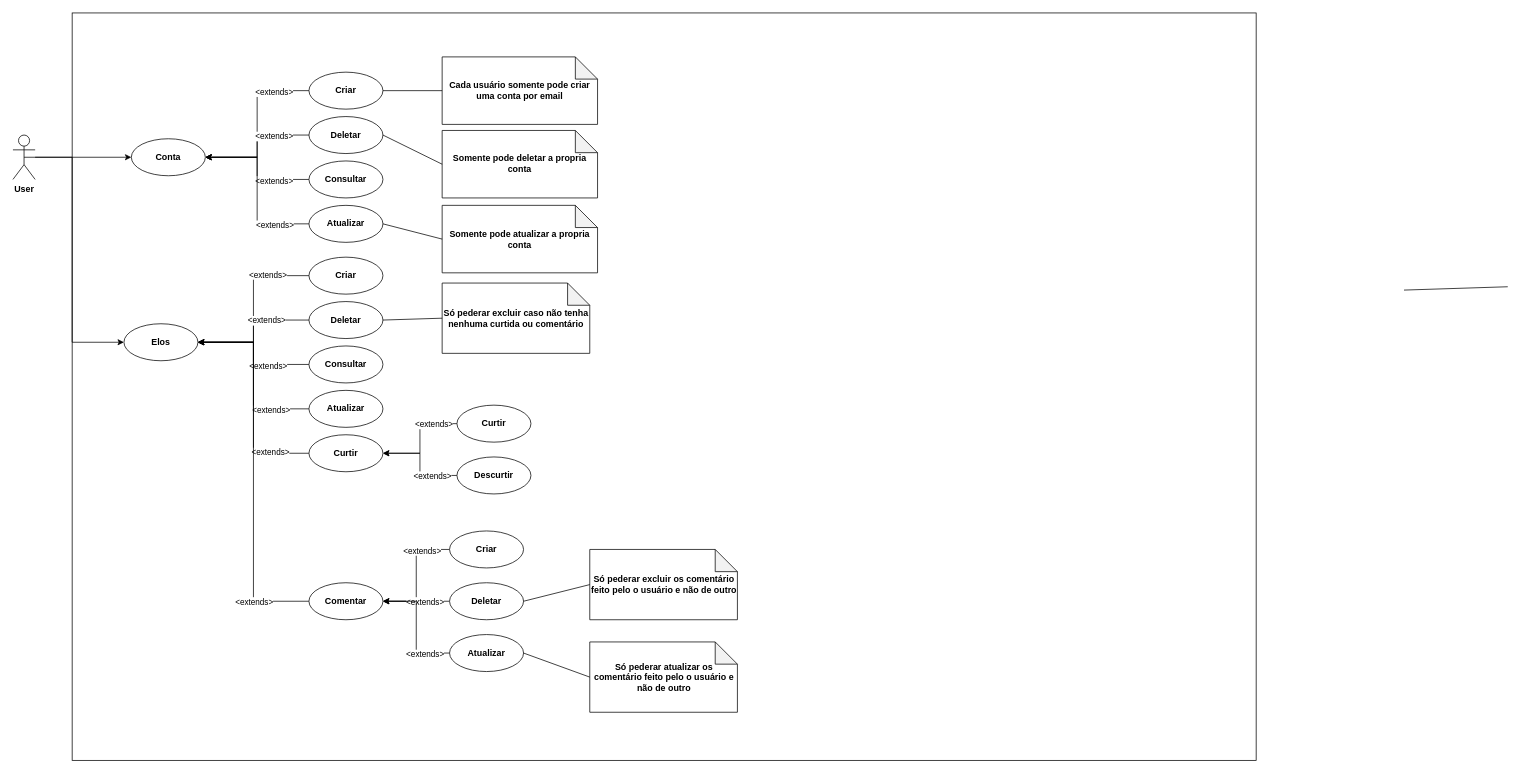
This is images/usecases.drawio from jadson179/recobook, a draw.io file, before an edit. Source tidied: cells renumbered, new cells numbered last; positions are measured from the earlier drawing's top-left corner, leaving out a move shared by most shapes. Both pictures are drawn from the tidied source at 74%, with x=0, y=0 at pixel (13, 13).
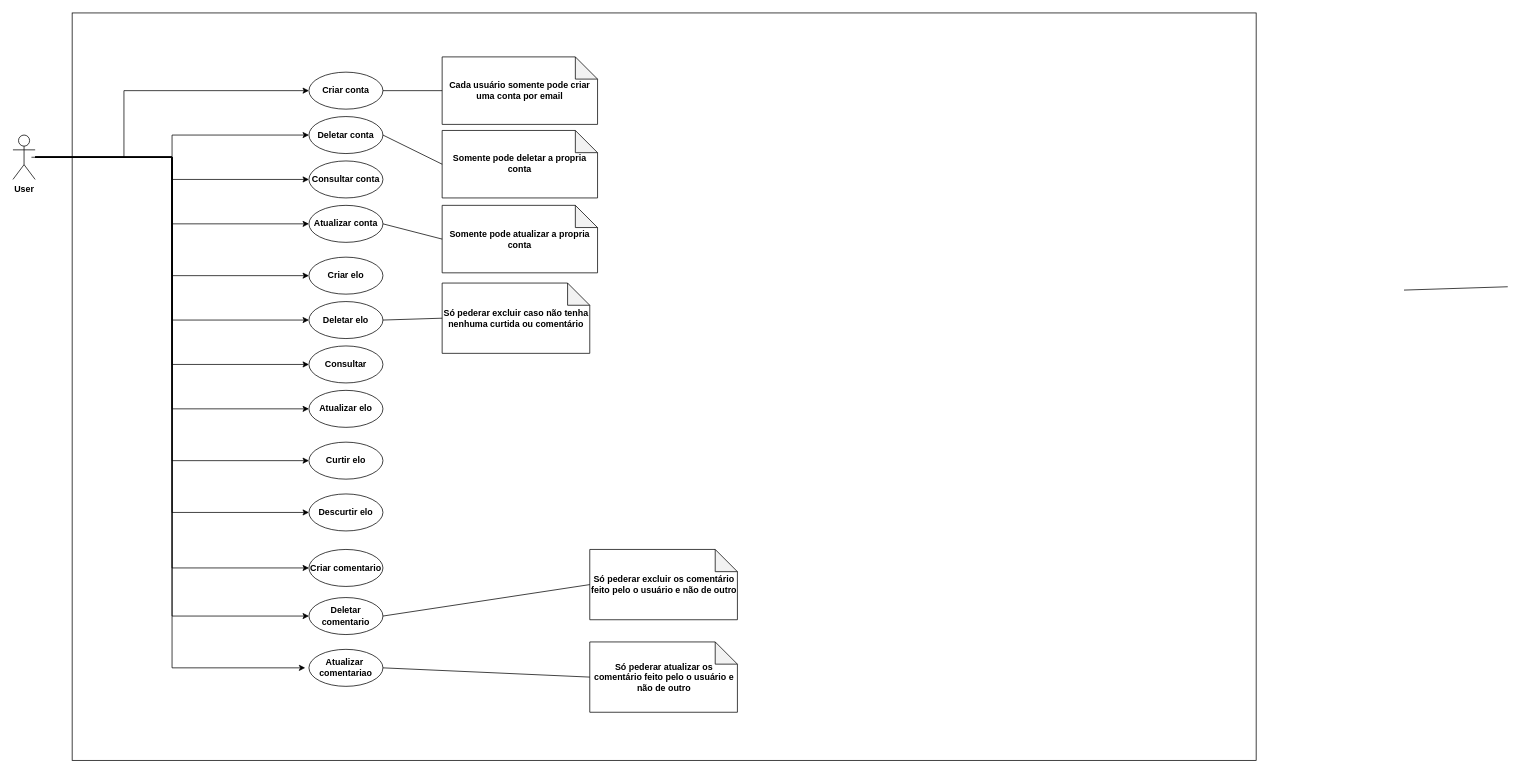
The same diagram, later.

Unchanged cells that the change refers to:
```xml
<mxCell id="5" value="&lt;b&gt;User&lt;/b&gt;" style="shape=umlActor;verticalLabelPosition=bottom;verticalAlign=top;html=1;outlineConnect=0;" parent="1" vertex="1">
  <mxGeometry y="165" width="30" height="60" as="geometry" />
</mxCell>
<mxCell id="28" value="&lt;b&gt;Consultar&lt;/b&gt;" style="ellipse;whiteSpace=wrap;html=1;" parent="1" vertex="1">
  <mxGeometry x="400" y="450" width="100" height="50" as="geometry" />
</mxCell>
```

The edit, as a diff of the source:
```diff
@@
-    <mxCell id="3" style="edgeStyle=orthogonalEdgeStyle;rounded=0;jettySize=auto;html=1;" parent="1" edge="1" source="5" target="6">
-      <mxGeometry relative="1" as="geometry" />
-    </mxCell>
-    <mxCell id="4" style="edgeStyle=orthogonalEdgeStyle;rounded=0;jettySize=auto;html=1;exitX=0.5;exitY=0.5;exitDx=0;exitDy=0;exitPerimeter=0;entryX=0;entryY=0.5;entryDx=0;entryDy=0;" parent="1" edge="1" source="5" target="7">
-      <mxGeometry relative="1" as="geometry">
-        <Array as="points">
-          <mxPoint x="80" y="195" />
-          <mxPoint x="80" y="445" />
-        </Array>
-      </mxGeometry>
-    </mxCell>
+    <mxCell id="66" style="edgeStyle=orthogonalEdgeStyle;rounded=0;jettySize=auto;html=1;entryX=0;entryY=0.5;entryDx=0;entryDy=0;" parent="1" edge="1" source="5" target="10">
+      <mxGeometry relative="1" as="geometry">
+        <Array as="points">
+          <mxPoint x="150" y="195" />
+          <mxPoint x="150" y="105" />
+        </Array>
+      </mxGeometry>
+    </mxCell>
+    <mxCell id="67" style="edgeStyle=orthogonalEdgeStyle;rounded=0;jettySize=auto;html=1;entryX=0;entryY=0.5;entryDx=0;entryDy=0;" parent="1" edge="1" source="5" target="13">
+      <mxGeometry relative="1" as="geometry" />
+    </mxCell>
+    <mxCell id="68" style="edgeStyle=orthogonalEdgeStyle;rounded=0;jettySize=auto;html=1;" parent="1" edge="1" source="5" target="16">
+      <mxGeometry relative="1" as="geometry" />
+    </mxCell>
+    <mxCell id="69" style="edgeStyle=orthogonalEdgeStyle;rounded=0;jettySize=auto;html=1;entryX=0;entryY=0.5;entryDx=0;entryDy=0;" parent="1" edge="1" source="5" target="19">
+      <mxGeometry relative="1" as="geometry" />
+    </mxCell>
+    <mxCell id="70" style="edgeStyle=orthogonalEdgeStyle;rounded=0;jettySize=auto;html=1;entryX=0;entryY=0.5;entryDx=0;entryDy=0;" parent="1" edge="1" source="5" target="22">
+      <mxGeometry relative="1" as="geometry" />
+    </mxCell>
+    <mxCell id="71" style="edgeStyle=orthogonalEdgeStyle;rounded=0;jettySize=auto;html=1;entryX=0;entryY=0.5;entryDx=0;entryDy=0;" parent="1" edge="1" source="5" target="25">
+      <mxGeometry relative="1" as="geometry" />
+    </mxCell>
+    <mxCell id="72" style="edgeStyle=orthogonalEdgeStyle;rounded=0;jettySize=auto;html=1;entryX=0;entryY=0.5;entryDx=0;entryDy=0;" parent="1" edge="1" source="5" target="28">
+      <mxGeometry relative="1" as="geometry" />
+    </mxCell>
+    <mxCell id="73" style="edgeStyle=orthogonalEdgeStyle;rounded=0;jettySize=auto;html=1;entryX=0;entryY=0.5;entryDx=0;entryDy=0;" parent="1" edge="1" source="5" target="31">
+      <mxGeometry relative="1" as="geometry" />
+    </mxCell>
+    <mxCell id="74" style="edgeStyle=orthogonalEdgeStyle;rounded=0;jettySize=auto;html=1;entryX=0;entryY=0.5;entryDx=0;entryDy=0;" parent="1" edge="1" source="5" target="49">
+      <mxGeometry relative="1" as="geometry" />
+    </mxCell>
+    <mxCell id="75" style="edgeStyle=orthogonalEdgeStyle;rounded=0;jettySize=auto;html=1;entryX=0;entryY=0.5;entryDx=0;entryDy=0;" parent="1" edge="1" source="5" target="52">
+      <mxGeometry relative="1" as="geometry" />
+    </mxCell>
+    <mxCell id="76" style="edgeStyle=orthogonalEdgeStyle;rounded=0;jettySize=auto;html=1;entryX=0;entryY=0.5;entryDx=0;entryDy=0;" parent="1" edge="1" source="5" target="55">
+      <mxGeometry relative="1" as="geometry" />
+    </mxCell>
+    <mxCell id="77" style="edgeStyle=orthogonalEdgeStyle;rounded=0;jettySize=auto;html=1;entryX=0;entryY=0.5;entryDx=0;entryDy=0;" parent="1" edge="1" source="5" target="58">
+      <mxGeometry relative="1" as="geometry" />
+    </mxCell>
+    <mxCell id="78" style="edgeStyle=orthogonalEdgeStyle;rounded=0;orthogonalLoop=1;jettySize=auto;html=1;" parent="1" edge="1">
+      <mxGeometry relative="1" as="geometry">
+        <mxPoint x="25" y="195" as="sourcePoint" />
+        <mxPoint x="395" y="885" as="targetPoint" />
+        <Array as="points">
+          <mxPoint x="215" y="195" />
+          <mxPoint x="215" y="885" />
+        </Array>
+      </mxGeometry>
+    </mxCell>
@@
-    <mxCell id="6" value="&lt;b&gt;Conta&lt;/b&gt;" style="ellipse;whiteSpace=wrap;html=1;" parent="1" vertex="1">
-      <mxGeometry x="160" y="170" width="100" height="50" as="geometry" />
-    </mxCell>
-    <mxCell id="7" value="&lt;b&gt;Elos&lt;/b&gt;" style="ellipse;whiteSpace=wrap;html=1;" parent="1" vertex="1">
-      <mxGeometry x="150" y="420" width="100" height="50" as="geometry" />
-    </mxCell>
-    <mxCell id="8" style="edgeStyle=orthogonalEdgeStyle;rounded=0;jettySize=auto;html=1;exitX=0;exitY=0.5;exitDx=0;exitDy=0;" parent="1" edge="1" source="10" target="6">
-      <mxGeometry relative="1" as="geometry">
-        <Array as="points">
-          <mxPoint x="330" y="105" />
-          <mxPoint x="330" y="195" />
-        </Array>
-      </mxGeometry>
-    </mxCell>
-    <mxCell id="9" value="&amp;lt;extends&amp;gt;" style="edgeLabel;html=1;align=center;verticalAlign=middle;" parent="8" vertex="1">
-      <mxGeometry x="-0.58" y="1" relative="1" as="geometry" />
-    </mxCell>
-    <mxCell id="10" value="&lt;b&gt;Criar&lt;/b&gt;" style="ellipse;whiteSpace=wrap;html=1;" parent="1" vertex="1">
+    <mxCell id="10" value="&lt;b&gt;Criar conta&lt;/b&gt;" style="ellipse;whiteSpace=wrap;html=1;" parent="1" vertex="1">
       <mxGeometry x="400" y="80" width="100" height="50" as="geometry" />
     </mxCell>
-    <mxCell id="11" style="edgeStyle=orthogonalEdgeStyle;rounded=0;jettySize=auto;html=1;entryX=1;entryY=0.5;entryDx=0;entryDy=0;" parent="1" edge="1" source="13" target="6">
-      <mxGeometry relative="1" as="geometry" />
-    </mxCell>
-    <mxCell id="12" value="&amp;lt;extends&amp;gt;" style="edgeLabel;html=1;align=center;verticalAlign=middle;" parent="11" vertex="1">
-      <mxGeometry x="-0.44" y="1" relative="1" as="geometry" />
-    </mxCell>
-    <mxCell id="13" value="&lt;b&gt;Deletar&lt;/b&gt;" style="ellipse;whiteSpace=wrap;html=1;" parent="1" vertex="1">
+    <mxCell id="13" value="&lt;b&gt;Deletar&amp;nbsp;&lt;/b&gt;&lt;b&gt;conta&lt;/b&gt;" style="ellipse;whiteSpace=wrap;html=1;" parent="1" vertex="1">
       <mxGeometry x="400" y="140" width="100" height="50" as="geometry" />
     </mxCell>
-    <mxCell id="14" style="edgeStyle=orthogonalEdgeStyle;rounded=0;jettySize=auto;html=1;entryX=1;entryY=0.5;entryDx=0;entryDy=0;" parent="1" edge="1" source="16" target="6">
-      <mxGeometry relative="1" as="geometry" />
-    </mxCell>
-    <mxCell id="15" value="&amp;lt;extends&amp;gt;" style="edgeLabel;html=1;align=center;verticalAlign=middle;" parent="14" vertex="1">
-      <mxGeometry x="-0.44" y="1" relative="1" as="geometry" />
-    </mxCell>
-    <mxCell id="16" value="&lt;b&gt;Consultar&lt;/b&gt;" style="ellipse;whiteSpace=wrap;html=1;" parent="1" vertex="1">
+    <mxCell id="16" value="&lt;b&gt;Consultar&amp;nbsp;&lt;/b&gt;&lt;b&gt;conta&lt;/b&gt;" style="ellipse;whiteSpace=wrap;html=1;" parent="1" vertex="1">
       <mxGeometry x="400" y="200" width="100" height="50" as="geometry" />
     </mxCell>
-    <mxCell id="17" style="edgeStyle=orthogonalEdgeStyle;rounded=0;jettySize=auto;html=1;entryX=1;entryY=0.5;entryDx=0;entryDy=0;" parent="1" edge="1" source="19" target="6">
-      <mxGeometry relative="1" as="geometry" />
-    </mxCell>
-    <mxCell id="18" value="&amp;lt;extends&amp;gt;" style="edgeLabel;html=1;align=center;verticalAlign=middle;" parent="17" vertex="1">
-      <mxGeometry x="-0.59" y="1" relative="1" as="geometry" />
-    </mxCell>
-    <mxCell id="19" value="&lt;b&gt;Atualizar&lt;/b&gt;" style="ellipse;whiteSpace=wrap;html=1;" parent="1" vertex="1">
+    <mxCell id="19" value="&lt;b&gt;Atualizar&amp;nbsp;&lt;/b&gt;&lt;b&gt;conta&lt;/b&gt;" style="ellipse;whiteSpace=wrap;html=1;" parent="1" vertex="1">
       <mxGeometry x="400" y="260" width="100" height="50" as="geometry" />
     </mxCell>
-    <mxCell id="20" style="edgeStyle=orthogonalEdgeStyle;rounded=0;jettySize=auto;html=1;entryX=1;entryY=0.5;entryDx=0;entryDy=0;" parent="1" edge="1" source="22" target="7">
-      <mxGeometry relative="1" as="geometry" />
-    </mxCell>
-    <mxCell id="21" value="&amp;nbsp;&amp;lt;extends&amp;gt;" style="edgeLabel;html=1;align=center;verticalAlign=middle;" parent="20" vertex="1">
-      <mxGeometry x="-0.52" y="-2" relative="1" as="geometry" />
-    </mxCell>
-    <mxCell id="22" value="&lt;b&gt;Criar&lt;/b&gt;" style="ellipse;whiteSpace=wrap;html=1;" parent="1" vertex="1">
+    <mxCell id="22" value="&lt;b&gt;Criar&amp;nbsp;&lt;/b&gt;&lt;b&gt;elo&lt;/b&gt;" style="ellipse;whiteSpace=wrap;html=1;" parent="1" vertex="1">
       <mxGeometry x="400" y="330" width="100" height="50" as="geometry" />
     </mxCell>
-    <mxCell id="23" style="edgeStyle=orthogonalEdgeStyle;rounded=0;jettySize=auto;html=1;entryX=1;entryY=0.5;entryDx=0;entryDy=0;" parent="1" edge="1" source="25" target="7">
-      <mxGeometry relative="1" as="geometry" />
-    </mxCell>
-    <mxCell id="24" value="&amp;lt;extends&amp;gt;" style="edgeLabel;html=1;align=center;verticalAlign=middle;" parent="23" vertex="1">
-      <mxGeometry x="-0.36" relative="1" as="geometry" />
-    </mxCell>
-    <mxCell id="25" value="&lt;b&gt;Deletar&lt;/b&gt;" style="ellipse;whiteSpace=wrap;html=1;" parent="1" vertex="1">
+    <mxCell id="25" value="&lt;b&gt;Deletar&amp;nbsp;&lt;/b&gt;&lt;b&gt;elo&lt;/b&gt;" style="ellipse;whiteSpace=wrap;html=1;" parent="1" vertex="1">
       <mxGeometry x="400" y="390" width="100" height="50" as="geometry" />
     </mxCell>
-    <mxCell id="26" style="edgeStyle=orthogonalEdgeStyle;rounded=0;jettySize=auto;html=1;" parent="1" edge="1" source="28" target="7">
-      <mxGeometry relative="1" as="geometry" />
-    </mxCell>
-    <mxCell id="27" value="&amp;lt;extends&amp;gt;" style="edgeLabel;html=1;align=center;verticalAlign=middle;" parent="26" vertex="1">
-      <mxGeometry x="-0.38" y="2" relative="1" as="geometry" />
-    </mxCell>
@@
-    <mxCell id="29" style="edgeStyle=orthogonalEdgeStyle;rounded=0;jettySize=auto;html=1;entryX=1;entryY=0.5;entryDx=0;entryDy=0;" parent="1" edge="1" source="31" target="7">
-      <mxGeometry relative="1" as="geometry" />
-    </mxCell>
-    <mxCell id="30" value="&amp;lt;extends&amp;gt;" style="edgeLabel;html=1;align=center;verticalAlign=middle;" parent="29" vertex="1">
-      <mxGeometry x="-0.57" y="1" relative="1" as="geometry" />
-    </mxCell>
-    <mxCell id="31" value="&lt;b&gt;Atualizar&lt;/b&gt;" style="ellipse;whiteSpace=wrap;html=1;" parent="1" vertex="1">
+    <mxCell id="31" value="&lt;b&gt;Atualizar&amp;nbsp;&lt;/b&gt;&lt;b&gt;elo&lt;/b&gt;" style="ellipse;whiteSpace=wrap;html=1;" parent="1" vertex="1">
       <mxGeometry x="400" y="510" width="100" height="50" as="geometry" />
     </mxCell>
@@
-    <mxCell id="34" style="edgeStyle=orthogonalEdgeStyle;rounded=0;jettySize=auto;html=1;entryX=1;entryY=0.5;entryDx=0;entryDy=0;" parent="1" edge="1" source="36" target="7">
-      <mxGeometry relative="1" as="geometry" />
-    </mxCell>
-    <mxCell id="35" value="&amp;lt;extends&amp;gt;" style="edgeLabel;html=1;align=center;verticalAlign=middle;" parent="34" vertex="1">
-      <mxGeometry x="-0.65" y="-2" relative="1" as="geometry" />
-    </mxCell>
-    <mxCell id="36" value="&lt;b&gt;Curtir&lt;/b&gt;" style="ellipse;whiteSpace=wrap;html=1;" parent="1" vertex="1">
-      <mxGeometry x="400" y="570" width="100" height="50" as="geometry" />
-    </mxCell>
-    <mxCell id="37" style="edgeStyle=orthogonalEdgeStyle;rounded=0;jettySize=auto;html=1;entryX=1;entryY=0.5;entryDx=0;entryDy=0;" parent="1" edge="1" source="39" target="7">
-      <mxGeometry relative="1" as="geometry" />
-    </mxCell>
-    <mxCell id="38" value="&amp;lt;extends&amp;gt;" style="edgeLabel;html=1;align=center;verticalAlign=middle;" parent="37" vertex="1">
-      <mxGeometry x="-0.7" relative="1" as="geometry" />
-    </mxCell>
-    <mxCell id="39" value="&lt;b&gt;Comentar&lt;/b&gt;" style="ellipse;whiteSpace=wrap;html=1;" parent="1" vertex="1">
-      <mxGeometry x="400" y="770" width="100" height="50" as="geometry" />
-    </mxCell>
@@
-    <mxCell id="47" style="edgeStyle=orthogonalEdgeStyle;rounded=0;jettySize=auto;html=1;entryX=1;entryY=0.5;entryDx=0;entryDy=0;" parent="1" edge="1" source="49" target="36">
-      <mxGeometry relative="1" as="geometry">
-        <Array as="points">
-          <mxPoint x="550" y="555" />
-          <mxPoint x="550" y="595" />
-        </Array>
-      </mxGeometry>
-    </mxCell>
-    <mxCell id="48" value="&amp;lt;extends&amp;gt;" style="edgeLabel;html=1;align=center;verticalAlign=middle;" parent="47" vertex="1">
-      <mxGeometry x="-0.51" y="1" relative="1" as="geometry">
-        <mxPoint x="2" y="-1" as="offset" />
-      </mxGeometry>
-    </mxCell>
-    <mxCell id="49" value="&lt;b&gt;Curtir&lt;/b&gt;" style="ellipse;whiteSpace=wrap;html=1;" parent="1" vertex="1">
-      <mxGeometry x="600" y="530" width="100" height="50" as="geometry" />
+    <mxCell id="49" value="&lt;b&gt;Curtir elo&lt;/b&gt;" style="ellipse;whiteSpace=wrap;html=1;" parent="1" vertex="1">
+      <mxGeometry x="400" y="580" width="100" height="50" as="geometry" />
     </mxCell>
-    <mxCell id="50" style="edgeStyle=orthogonalEdgeStyle;rounded=0;jettySize=auto;html=1;entryX=1;entryY=0.5;entryDx=0;entryDy=0;" parent="1" edge="1" source="52" target="36">
-      <mxGeometry relative="1" as="geometry" />
-    </mxCell>
-    <mxCell id="51" value="&amp;lt;extends&amp;gt;" style="edgeLabel;html=1;align=center;verticalAlign=middle;" parent="50" vertex="1">
-      <mxGeometry x="-0.48" y="-1" relative="1" as="geometry">
-        <mxPoint x="0.9" y="1" as="offset" />
-      </mxGeometry>
-    </mxCell>
-    <mxCell id="52" value="&lt;b&gt;Descurtir&lt;/b&gt;" style="ellipse;whiteSpace=wrap;html=1;" parent="1" vertex="1">
-      <mxGeometry x="600" y="600" width="100" height="50" as="geometry" />
+    <mxCell id="52" value="&lt;b&gt;Descurtir elo&lt;/b&gt;" style="ellipse;whiteSpace=wrap;html=1;" parent="1" vertex="1">
+      <mxGeometry x="400" y="650" width="100" height="50" as="geometry" />
     </mxCell>
-    <mxCell id="53" style="edgeStyle=orthogonalEdgeStyle;rounded=0;jettySize=auto;html=1;entryX=1;entryY=0.5;entryDx=0;entryDy=0;" parent="1" edge="1" source="55" target="39">
-      <mxGeometry relative="1" as="geometry" />
-    </mxCell>
-    <mxCell id="54" value="&amp;lt;extends&amp;gt;" style="edgeLabel;html=1;align=center;verticalAlign=middle;" parent="53" vertex="1">
-      <mxGeometry x="-0.53" y="1" relative="1" as="geometry" />
-    </mxCell>
-    <mxCell id="55" value="&lt;b&gt;Criar&lt;/b&gt;" style="ellipse;whiteSpace=wrap;html=1;" parent="1" vertex="1">
-      <mxGeometry x="590" y="700" width="100" height="50" as="geometry" />
+    <mxCell id="55" value="&lt;b&gt;Criar comentario&lt;/b&gt;" style="ellipse;whiteSpace=wrap;html=1;" parent="1" vertex="1">
+      <mxGeometry x="400" y="725" width="100" height="50" as="geometry" />
     </mxCell>
-    <mxCell id="56" style="edgeStyle=orthogonalEdgeStyle;rounded=0;jettySize=auto;html=1;entryX=1;entryY=0.5;entryDx=0;entryDy=0;" parent="1" edge="1" source="58" target="39">
-      <mxGeometry relative="1" as="geometry" />
-    </mxCell>
-    <mxCell id="57" value="&amp;lt;extends&amp;gt;" style="edgeLabel;html=1;align=center;verticalAlign=middle;" parent="56" vertex="1">
-      <mxGeometry x="-0.24" relative="1" as="geometry" />
-    </mxCell>
-    <mxCell id="58" value="&lt;b&gt;Deletar&lt;/b&gt;" style="ellipse;whiteSpace=wrap;html=1;" parent="1" vertex="1">
-      <mxGeometry x="590" y="770" width="100" height="50" as="geometry" />
+    <mxCell id="58" value="&lt;b&gt;Deletar comentario&lt;/b&gt;" style="ellipse;whiteSpace=wrap;html=1;" parent="1" vertex="1">
+      <mxGeometry x="400" y="790" width="100" height="50" as="geometry" />
     </mxCell>
-    <mxCell id="59" style="edgeStyle=orthogonalEdgeStyle;rounded=0;jettySize=auto;html=1;entryX=1;entryY=0.5;entryDx=0;entryDy=0;" parent="1" edge="1" source="61" target="39">
-      <mxGeometry relative="1" as="geometry" />
-    </mxCell>
-    <mxCell id="60" value="&amp;lt;extends&amp;gt;" style="edgeLabel;html=1;align=center;verticalAlign=middle;" parent="59" vertex="1">
-      <mxGeometry x="-0.58" y="1" relative="1" as="geometry" />
-    </mxCell>
-    <mxCell id="61" value="&lt;b&gt;Atualizar&lt;/b&gt;" style="ellipse;whiteSpace=wrap;html=1;" parent="1" vertex="1">
-      <mxGeometry x="590" y="840" width="100" height="50" as="geometry" />
+    <mxCell id="61" value="&lt;b&gt;Atualizar&amp;nbsp; comentariao&lt;/b&gt;" style="ellipse;whiteSpace=wrap;html=1;" parent="1" vertex="1">
+      <mxGeometry x="400" y="860" width="100" height="50" as="geometry" />
     </mxCell>
```
